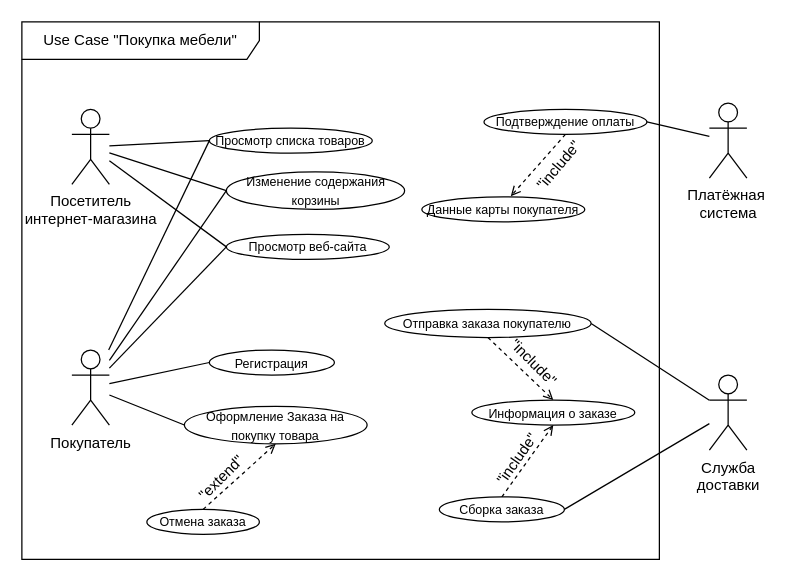
Earlier version of the draw.io diagram page "Вариантов" (3 of 8) of Все диаграммы.drawio (AnnaOtchina/AnnaKyrsach). Source tidied: cells renumbered, new cells numbered last; positions are measured from the earlier drawing's top-left corner, leaving out a move shared by most shapes. Both pictures are drawn from the tidied source at 125%, with x=0, y=0 at pixel (21, 21).
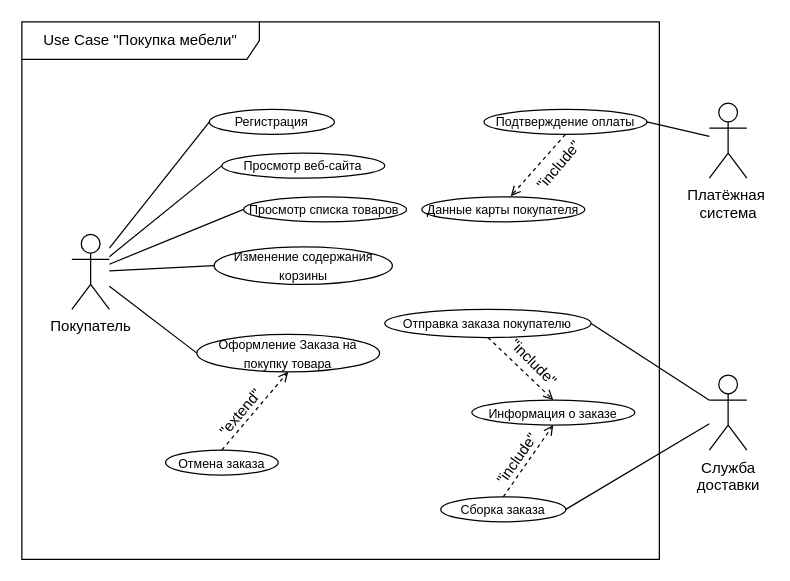
After the change.

The edit, as a diff of the source:
```diff
@@
-    <mxCell id="3" style="rounded=0;jettySize=auto;html=1;entryX=0;entryY=0.5;entryDx=0;entryDy=0;endArrow=none;endFill=0;" parent="1" edge="1" source="6" target="19">
-      <mxGeometry relative="1" as="geometry" />
-    </mxCell>
-    <mxCell id="4" style="rounded=0;jettySize=auto;html=1;entryX=0;entryY=0.5;entryDx=0;entryDy=0;endArrow=none;endFill=0;" parent="1" edge="1" source="6" target="20">
-      <mxGeometry relative="1" as="geometry" />
-    </mxCell>
-    <mxCell id="5" style="rounded=0;jettySize=auto;html=1;entryX=0;entryY=0.5;entryDx=0;entryDy=0;endArrow=none;endFill=0;" parent="1" edge="1" source="6" target="18">
-      <mxGeometry relative="1" as="geometry" />
-    </mxCell>
-    <mxCell id="6" value="&lt;font&gt;Посетитель&lt;/font&gt;&lt;div&gt;&lt;font&gt;интернет-магазина&lt;/font&gt;&lt;/div&gt;" style="shape=umlActor;verticalLabelPosition=bottom;verticalAlign=top;html=1;" parent="1" vertex="1">
-      <mxGeometry x="40" y="70" width="30" height="60" as="geometry" />
-    </mxCell>
@@
     <mxCell id="12" value="Покупатель" style="shape=umlActor;verticalLabelPosition=bottom;verticalAlign=top;html=1;" parent="1" vertex="1">
-      <mxGeometry x="40" y="262.5" width="30" height="60" as="geometry" />
+      <mxGeometry x="40" y="170" width="30" height="60" as="geometry" />
     </mxCell>
@@
     <mxCell id="18" value="&lt;font size=&quot;1&quot;&gt;Просмотр веб-сайта&lt;/font&gt;" style="ellipse;whiteSpace=wrap;html=1;" parent="1" vertex="1">
-      <mxGeometry x="163.6" y="170" width="130.3" height="20" as="geometry" />
+      <mxGeometry x="160" y="105" width="130.3" height="20" as="geometry" />
     </mxCell>
     <mxCell id="19" value="&lt;font size=&quot;1&quot;&gt;Просмотр списка товаров&lt;/font&gt;" style="ellipse;whiteSpace=wrap;html=1;" parent="1" vertex="1">
-      <mxGeometry x="150" y="85" width="130.3" height="20" as="geometry" />
+      <mxGeometry x="177.4" y="140" width="130.3" height="20" as="geometry" />
     </mxCell>
     <mxCell id="20" value="&lt;font size=&quot;1&quot;&gt;Изменение содержания корзины&lt;/font&gt;" style="ellipse;whiteSpace=wrap;html=1;" parent="1" vertex="1">
-      <mxGeometry x="163.6" y="120" width="142.6" height="30" as="geometry" />
+      <mxGeometry x="153.8" y="180" width="142.6" height="30" as="geometry" />
     </mxCell>
     <mxCell id="21" value="&lt;font size=&quot;1&quot;&gt;Оформление Заказа на покупку товара&lt;/font&gt;" style="ellipse;whiteSpace=wrap;html=1;" parent="1" vertex="1">
-      <mxGeometry x="130" y="307.5" width="146.2" height="30" as="geometry" />
+      <mxGeometry x="140" y="250" width="146.2" height="30" as="geometry" />
     </mxCell>
     <mxCell id="22" value="&lt;font size=&quot;1&quot;&gt;Регистрация&lt;/font&gt;" style="ellipse;whiteSpace=wrap;html=1;" parent="1" vertex="1">
-      <mxGeometry x="150" y="262.5" width="100" height="20" as="geometry" />
+      <mxGeometry x="150" y="70" width="100" height="20" as="geometry" />
     </mxCell>
@@
     <mxCell id="24" value="&lt;font size=&quot;1&quot;&gt;Отмена заказа&lt;/font&gt;" style="ellipse;whiteSpace=wrap;html=1;" parent="1" vertex="1">
-      <mxGeometry x="100" y="390" width="90" height="20" as="geometry" />
+      <mxGeometry x="115" y="342.5" width="90" height="20" as="geometry" />
     </mxCell>
-    <mxCell id="25" value="&quot;extend&quot;" style="text;html=1;whiteSpace=wrap;strokeColor=none;fillColor=none;align=center;verticalAlign=middle;rounded=0;rotation=-45;" parent="1" vertex="1">
-      <mxGeometry x="130" y="350" width="60" height="30" as="geometry" />
+    <mxCell id="25" value="&quot;extend&quot;" style="text;html=1;whiteSpace=wrap;strokeColor=none;fillColor=none;align=center;verticalAlign=middle;rounded=0;rotation=-50;" parent="1" vertex="1">
+      <mxGeometry x="145" y="297.5" width="60" height="30" as="geometry" />
     </mxCell>
@@
     <mxCell id="33" value="&lt;font size=&quot;1&quot;&gt;Сборка заказа&lt;/font&gt;" style="ellipse;whiteSpace=wrap;html=1;" parent="1" vertex="1">
-      <mxGeometry x="334" y="380" width="100" height="20" as="geometry" />
+      <mxGeometry x="335.1" y="380" width="100" height="20" as="geometry" />
     </mxCell>
```
